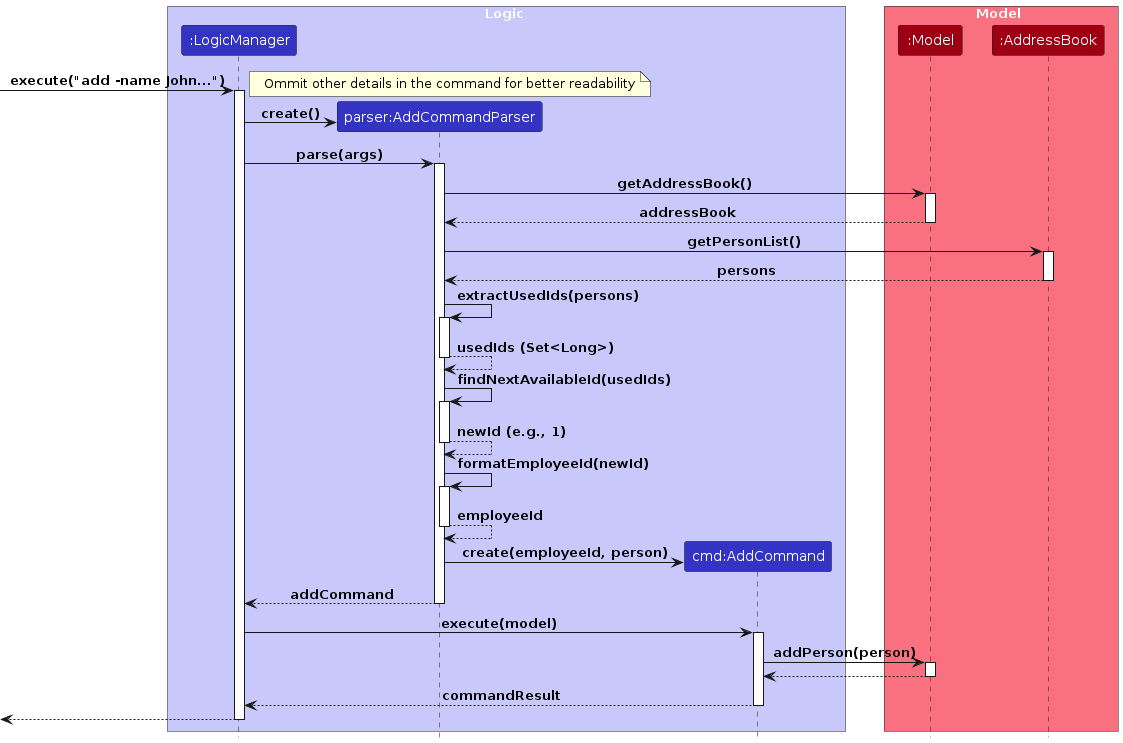
The PlantUML diagram diagrams/EmployeeIdGenerationDiagram.png in AY2526S1-CS2103-F12-1/tp, before a commit. Its source is kept beside it as diagrams/EmployeeIdGenerationDiagram.puml.
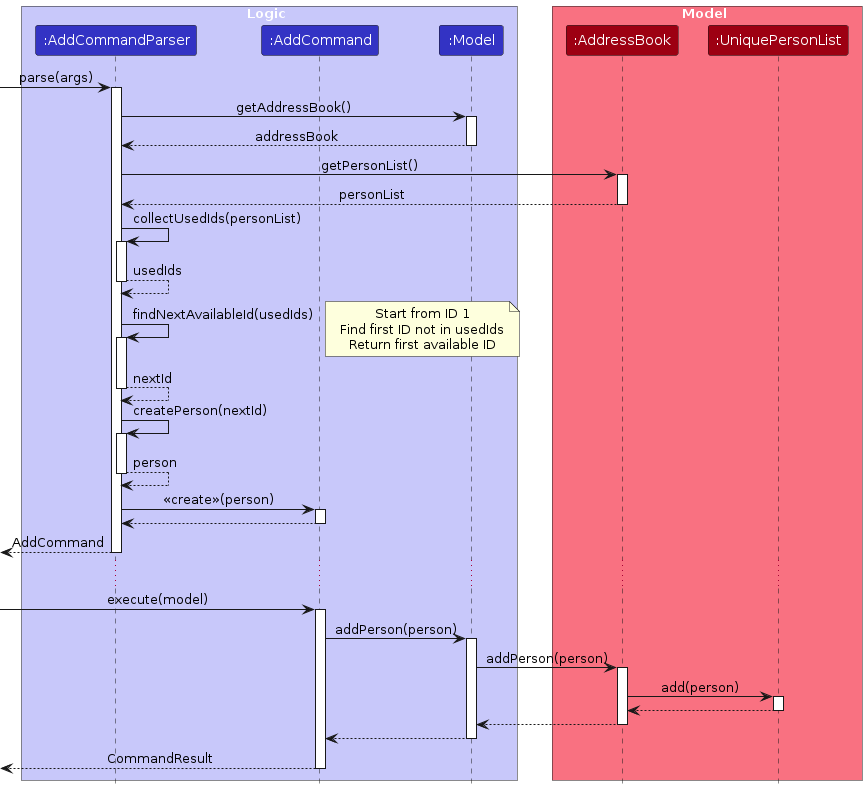
The same diagram one commit later.

Diff of the diagram source:
```diff
@@ -1,67 +1,89 @@
 @startuml
 !include style.puml
+skinparam ArrowFontStyle plain
 
 box Logic LOGIC_COLOR_T1
-participant ":LogicManager" as LogicManager LOGIC_COLOR
-participant "parser:AddCommandParser" as Parser LOGIC_COLOR
-participant "cmd:AddCommand" as AddCommand LOGIC_COLOR
+participant ":AddCommandParser" as Parser LOGIC_COLOR
+participant ":AddCommand" as AddCommand LOGIC_COLOR
+participant ":Model" as Model LOGIC_COLOR
 end box
 
 box Model MODEL_COLOR_T1
-participant ":Model" as Model MODEL_COLOR
 participant ":AddressBook" as AddressBook MODEL_COLOR
+participant ":UniquePersonList" as PersonList MODEL_COLOR
 end box
 
-[-> LogicManager : execute("add -name John...")
-note right: Ommit other details in the command for better readability
-
-activate LogicManager
-
-LogicManager -> Parser ** : create()
-LogicManager -> Parser : parse(args)
+[-> Parser : parse(args)
 activate Parser
 
 Parser -> Model : getAddressBook()
 activate Model
+
 Model --> Parser : addressBook
 deactivate Model
 
 Parser -> AddressBook : getPersonList()
 activate AddressBook
-AddressBook --> Parser : persons
+
+AddressBook --> Parser : personList
 deactivate AddressBook
 
-Parser -> Parser : extractUsedIds(persons)
+Parser -> Parser : collectUsedIds(personList)
 activate Parser
-Parser --> Parser : usedIds (Set<Long>)
+
+Parser --> Parser : usedIds
 deactivate Parser
 
 Parser -> Parser : findNextAvailableId(usedIds)
 activate Parser
-Parser --> Parser : newId (e.g., 1)
+note right
+  Start from ID 1
+  Find first ID not in usedIds
+  Return first available ID
+end note
+
+Parser --> Parser : nextId
 deactivate Parser
 
-Parser -> Parser : formatEmployeeId(newId)
+Parser -> Parser : createPerson(nextId)
 activate Parser
-Parser --> Parser : employeeId
+
+Parser --> Parser : person
 deactivate Parser
 
-Parser -> AddCommand ** : create(employeeId, person)
-Parser --> LogicManager : addCommand
+Parser -> AddCommand : <<create>>(person)
+activate AddCommand
+
+AddCommand --> Parser
+deactivate AddCommand
+
+[<-- Parser : AddCommand
 deactivate Parser
 
-LogicManager -> AddCommand : execute(model)
+...
+
+[-> AddCommand : execute(model)
 activate AddCommand
 
 AddCommand -> Model : addPerson(person)
 activate Model
+
+Model -> AddressBook : addPerson(person)
+activate AddressBook
+
+AddressBook -> PersonList : add(person)
+activate PersonList
+
+PersonList --> AddressBook
+deactivate PersonList
+
+AddressBook --> Model
+deactivate AddressBook
+
 Model --> AddCommand
 deactivate Model
 
-AddCommand --> LogicManager : commandResult
+[<-- AddCommand : CommandResult
 deactivate AddCommand
 
-[<-- LogicManager
-deactivate LogicManager
-
 @enduml
```
